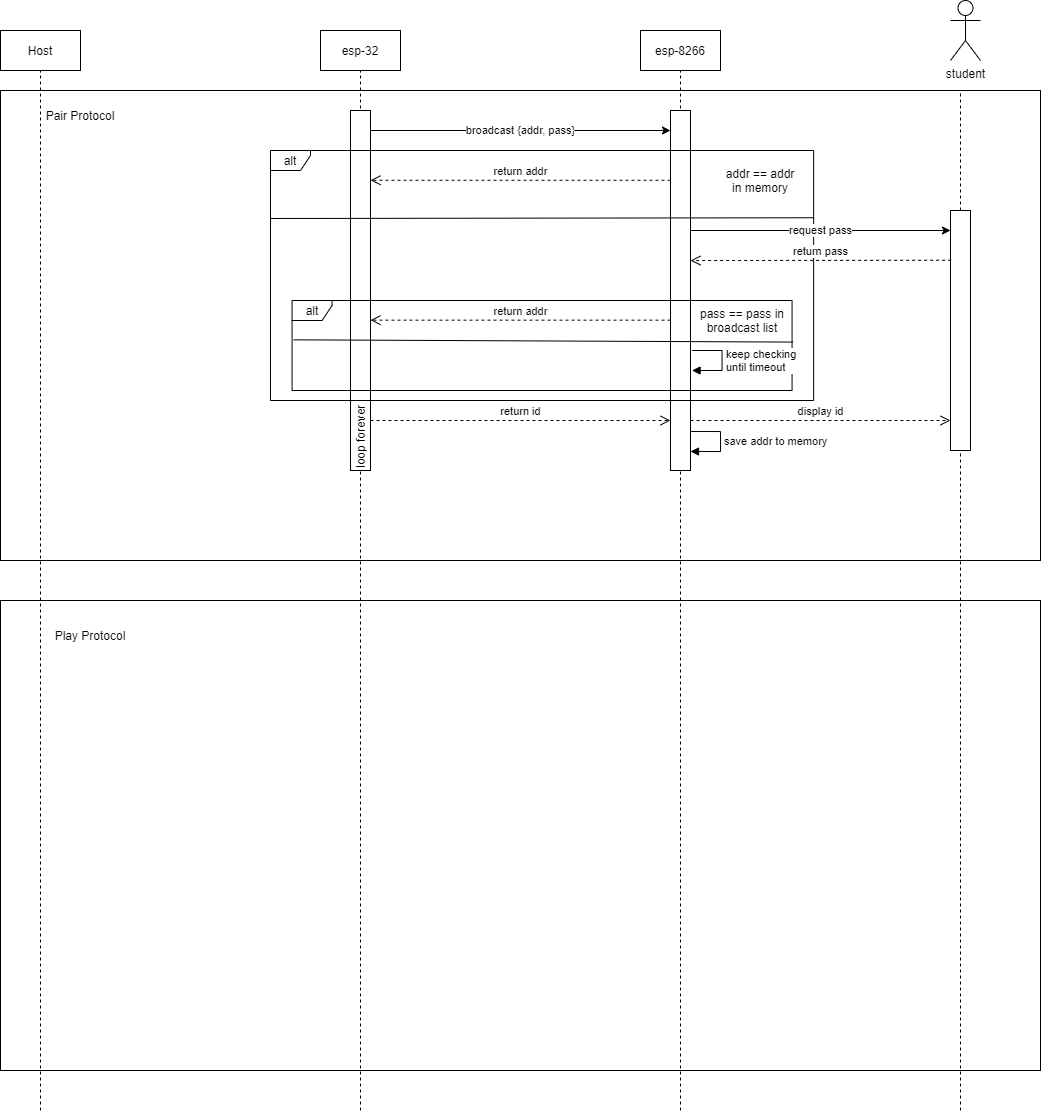
The draw.io diagram ServerClientProtocol.png in Viquiz/ServerClientProtocol, before a commit. Source tidied: cells renumbered, new cells last; positions are measured from the earlier drawing's top-left corner, leaving out a move shared by most shapes. The source it was exported from:
```xml
<mxGraphModel background="#FFFFFF">
  <root>
    <mxCell id="0" />
    <mxCell id="1" parent="0" />
    <mxCell id="2" style="rounded=0;whiteSpace=wrap;html=1;" parent="1" vertex="1">
      <mxGeometry y="600" width="1040" height="470" as="geometry" />
    </mxCell>
    <mxCell id="3" style="rounded=0;whiteSpace=wrap;html=1;" parent="1" vertex="1">
      <mxGeometry y="90" width="1040" height="470" as="geometry" />
    </mxCell>
    <mxCell id="4" value="Host" style="rounded=0;whiteSpace=wrap;html=1;" parent="1" vertex="1">
      <mxGeometry y="30" width="80" height="40" as="geometry" />
    </mxCell>
    <mxCell id="5" value="esp-32" style="rounded=0;whiteSpace=wrap;html=1;" parent="1" vertex="1">
      <mxGeometry x="320" y="30" width="80" height="40" as="geometry" />
    </mxCell>
    <mxCell id="6" style="endArrow=none;dashed=1;html=1;entryX=0.5;entryY=1;entryDx=0;entryDy=0;" parent="1" edge="1" target="4">
      <mxGeometry relative="1" as="geometry">
        <mxPoint x="40" y="1110" as="sourcePoint" />
      </mxGeometry>
    </mxCell>
    <mxCell id="7" style="endArrow=none;dashed=1;html=1;entryX=0.5;entryY=1;entryDx=0;entryDy=0;" parent="1" edge="1" target="5">
      <mxGeometry relative="1" as="geometry">
        <mxPoint x="360" y="1110" as="sourcePoint" />
      </mxGeometry>
    </mxCell>
    <mxCell id="8" value="esp-8266" style="rounded=0;whiteSpace=wrap;html=1;" parent="1" vertex="1">
      <mxGeometry x="640" y="30" width="80" height="40" as="geometry" />
    </mxCell>
    <mxCell id="9" value="loop forever" style="rounded=0;whiteSpace=wrap;html=1;horizontal=0;align=left;" parent="1" vertex="1">
      <mxGeometry x="350" y="110" width="20" height="360" as="geometry" />
    </mxCell>
    <mxCell id="10" style="endArrow=none;dashed=1;html=1;entryX=0.5;entryY=1;entryDx=0;entryDy=0;" parent="1" edge="1" target="8">
      <mxGeometry relative="1" as="geometry">
        <mxPoint x="680" y="1110" as="sourcePoint" />
      </mxGeometry>
    </mxCell>
    <mxCell id="11" value="save addr to memory" style="edgeStyle=orthogonalEdgeStyle;html=1;align=left;spacingLeft=2;endArrow=block;rounded=0;" parent="1" edge="1">
      <mxGeometry relative="1" as="geometry">
        <mxPoint x="690" y="431" as="sourcePoint" />
        <mxPoint x="690" y="451" as="targetPoint" />
        <Array as="points">
          <mxPoint x="720" y="431" />
        </Array>
      </mxGeometry>
    </mxCell>
    <mxCell id="12" value="student" style="shape=umlActor;verticalLabelPosition=bottom;verticalAlign=top;html=1;" parent="1" vertex="1">
      <mxGeometry x="950" width="30" height="60" as="geometry" />
    </mxCell>
    <mxCell id="13" style="endArrow=none;dashed=1;html=1;startArrow=none;" parent="1" edge="1" source="18">
      <mxGeometry relative="1" as="geometry">
        <mxPoint x="960" y="90" as="targetPoint" />
      </mxGeometry>
    </mxCell>
    <mxCell id="14" value="broadcast {addr, pass}" style="endArrow=classic;html=1;" parent="1" edge="1">
      <mxGeometry relative="1" as="geometry">
        <mxPoint x="370" y="130" as="sourcePoint" />
        <mxPoint x="670" y="130" as="targetPoint" />
      </mxGeometry>
    </mxCell>
    <mxCell id="15" style="rounded=0;whiteSpace=wrap;html=1;" parent="1" vertex="1">
      <mxGeometry x="670" y="110" width="20" height="360" as="geometry" />
    </mxCell>
    <mxCell id="16" value="addr == addr in memory" style="text;html=1;strokeColor=none;fillColor=none;align=center;verticalAlign=middle;whiteSpace=wrap;rounded=0;" parent="1" vertex="1">
      <mxGeometry x="720" y="170" width="80" height="20" as="geometry" />
    </mxCell>
    <mxCell id="17" value="return addr" style="html=1;verticalAlign=bottom;endArrow=open;dashed=1;endSize=8;" parent="1" edge="1">
      <mxGeometry relative="1" as="geometry">
        <mxPoint x="670" y="179.8" as="sourcePoint" />
        <mxPoint x="370" y="179.8" as="targetPoint" />
      </mxGeometry>
    </mxCell>
    <mxCell id="18" style="rounded=0;whiteSpace=wrap;html=1;" parent="1" vertex="1">
      <mxGeometry x="950" y="210" width="20" height="240" as="geometry" />
    </mxCell>
    <mxCell id="19" style="endArrow=none;dashed=1;html=1;" parent="1" edge="1" target="18">
      <mxGeometry relative="1" as="geometry">
        <mxPoint x="960" y="1110" as="sourcePoint" />
      </mxGeometry>
    </mxCell>
    <mxCell id="20" value="return id" style="html=1;verticalAlign=bottom;endArrow=open;dashed=1;endSize=8;" parent="1" edge="1">
      <mxGeometry relative="1" as="geometry">
        <mxPoint x="370" y="420" as="sourcePoint" />
        <mxPoint x="670" y="420" as="targetPoint" />
      </mxGeometry>
    </mxCell>
    <mxCell id="21" value="display id" style="html=1;verticalAlign=bottom;endArrow=open;dashed=1;endSize=8;" parent="1" edge="1">
      <mxGeometry relative="1" as="geometry">
        <mxPoint x="690" y="420" as="sourcePoint" />
        <mxPoint x="950" y="420" as="targetPoint" />
      </mxGeometry>
    </mxCell>
    <mxCell id="22" style="endArrow=none;html=1;exitX=-0.001;exitY=0.272;exitDx=0;exitDy=0;exitPerimeter=0;entryX=1.001;entryY=0.269;entryDx=0;entryDy=0;entryPerimeter=0;" parent="1" edge="1" source="23" target="23">
      <mxGeometry x="340" y="360" as="geometry" />
    </mxCell>
    <mxCell id="23" value="alt" style="shape=umlFrame;whiteSpace=wrap;html=1;width=40;height=20;" parent="1" vertex="1">
      <mxGeometry x="270" y="150" width="543.1" height="250" as="geometry" />
    </mxCell>
    <mxCell id="24" style="group;" parent="1" vertex="1">
      <mxGeometry x="291.6" y="300" width="500" height="90" as="geometry" />
    </mxCell>
    <mxCell id="25" value="alt" style="shape=umlFrame;whiteSpace=wrap;html=1;width=40;height=20;" parent="24" vertex="1">
      <mxGeometry width="500" height="90" as="geometry" />
    </mxCell>
    <mxCell id="26" style="endArrow=none;html=1;exitX=0.003;exitY=0.437;exitDx=0;exitDy=0;exitPerimeter=0;entryX=1.002;entryY=0.462;entryDx=0;entryDy=0;entryPerimeter=0;" parent="24" edge="1" source="25" target="25">
      <mxGeometry x="-11.2" y="-300" as="geometry" />
    </mxCell>
    <mxCell id="27" value="pass == pass in broadcast list" style="text;html=1;strokeColor=none;fillColor=none;align=center;verticalAlign=middle;whiteSpace=wrap;rounded=0;" parent="24" vertex="1">
      <mxGeometry x="400" y="10" width="100" height="20" as="geometry" />
    </mxCell>
    <mxCell id="28" value="keep checking&lt;br&gt;until timeout" style="edgeStyle=orthogonalEdgeStyle;html=1;align=left;spacingLeft=2;endArrow=block;rounded=0;" parent="24" edge="1">
      <mxGeometry relative="1" as="geometry">
        <mxPoint x="400" y="50" as="sourcePoint" />
        <mxPoint x="400" y="70" as="targetPoint" />
        <Array as="points">
          <mxPoint x="430" y="50" />
        </Array>
      </mxGeometry>
    </mxCell>
    <mxCell id="29" value="return addr" style="html=1;verticalAlign=bottom;endArrow=open;dashed=1;endSize=8;" parent="24" edge="1">
      <mxGeometry x="4.1" y="-170.3" as="geometry">
        <mxPoint x="378.4" y="19.7" as="sourcePoint" />
        <mxPoint x="78.4" y="19.7" as="targetPoint" />
      </mxGeometry>
    </mxCell>
    <mxCell id="30" value="request pass" style="endArrow=classic;html=1;" parent="1" edge="1">
      <mxGeometry relative="1" as="geometry">
        <mxPoint x="690" y="230" as="sourcePoint" />
        <mxPoint x="950" y="230" as="targetPoint" />
      </mxGeometry>
    </mxCell>
    <mxCell id="31" value="return pass" style="html=1;verticalAlign=bottom;endArrow=open;dashed=1;endSize=8;" parent="1" edge="1">
      <mxGeometry x="340" y="360.1" as="geometry">
        <mxPoint x="950.6" y="259.7" as="sourcePoint" />
        <mxPoint x="690" y="260.1" as="targetPoint" />
      </mxGeometry>
    </mxCell>
    <mxCell id="32" value="Pair Protocol" style="text;html=1;strokeColor=none;fillColor=none;align=center;verticalAlign=middle;whiteSpace=wrap;rounded=0;" parent="1" vertex="1">
      <mxGeometry y="90" width="160" height="50" as="geometry" />
    </mxCell>
    <mxCell id="33" value="Play Protocol" style="text;html=1;strokeColor=none;fillColor=none;align=center;verticalAlign=middle;whiteSpace=wrap;rounded=0;" parent="1" vertex="1">
      <mxGeometry x="10" y="610" width="160" height="50" as="geometry" />
    </mxCell>
  </root>
</mxGraphModel>
```
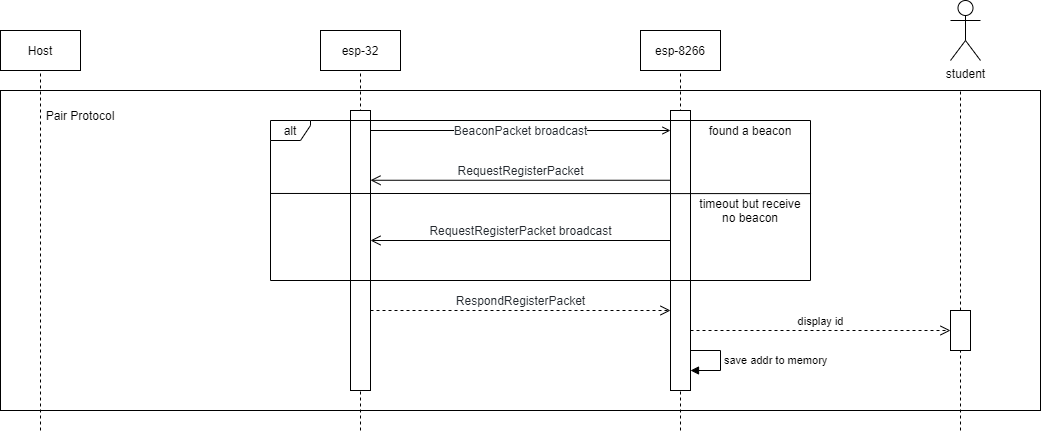
The same diagram one commit later.

Diff of the diagram source:
```diff
@@ -2,11 +2,8 @@
   <root>
     <mxCell id="0" />
     <mxCell id="1" parent="0" />
-    <mxCell id="2" style="rounded=0;whiteSpace=wrap;html=1;" parent="1" vertex="1">
-      <mxGeometry y="600" width="1040" height="470" as="geometry" />
-    </mxCell>
     <mxCell id="3" style="rounded=0;whiteSpace=wrap;html=1;" parent="1" vertex="1">
-      <mxGeometry y="90" width="1040" height="470" as="geometry" />
+      <mxGeometry y="90" width="1040" height="320" as="geometry" />
     </mxCell>
     <mxCell id="4" value="Host" style="rounded=0;whiteSpace=wrap;html=1;" parent="1" vertex="1">
       <mxGeometry y="30" width="80" height="40" as="geometry" />
@@ -16,130 +13,96 @@
     </mxCell>
     <mxCell id="6" style="endArrow=none;dashed=1;html=1;entryX=0.5;entryY=1;entryDx=0;entryDy=0;" parent="1" edge="1" target="4">
       <mxGeometry relative="1" as="geometry">
-        <mxPoint x="40" y="1110" as="sourcePoint" />
+        <mxPoint x="40" y="430" as="sourcePoint" />
       </mxGeometry>
     </mxCell>
     <mxCell id="7" style="endArrow=none;dashed=1;html=1;entryX=0.5;entryY=1;entryDx=0;entryDy=0;" parent="1" edge="1" target="5">
       <mxGeometry relative="1" as="geometry">
-        <mxPoint x="360" y="1110" as="sourcePoint" />
+        <mxPoint x="360" y="430" as="sourcePoint" />
       </mxGeometry>
     </mxCell>
     <mxCell id="8" value="esp-8266" style="rounded=0;whiteSpace=wrap;html=1;" parent="1" vertex="1">
       <mxGeometry x="640" y="30" width="80" height="40" as="geometry" />
     </mxCell>
-    <mxCell id="9" value="loop forever" style="rounded=0;whiteSpace=wrap;html=1;horizontal=0;align=left;" parent="1" vertex="1">
-      <mxGeometry x="350" y="110" width="20" height="360" as="geometry" />
+    <mxCell id="9" style="rounded=0;whiteSpace=wrap;html=1;horizontal=0;align=left;" parent="1" vertex="1">
+      <mxGeometry x="350" y="110" width="20" height="280" as="geometry" />
     </mxCell>
     <mxCell id="10" style="endArrow=none;dashed=1;html=1;entryX=0.5;entryY=1;entryDx=0;entryDy=0;" parent="1" edge="1" target="8">
       <mxGeometry relative="1" as="geometry">
-        <mxPoint x="680" y="1110" as="sourcePoint" />
+        <mxPoint x="680" y="430" as="sourcePoint" />
       </mxGeometry>
     </mxCell>
     <mxCell id="11" value="save addr to memory" style="edgeStyle=orthogonalEdgeStyle;html=1;align=left;spacingLeft=2;endArrow=block;rounded=0;" parent="1" edge="1">
       <mxGeometry relative="1" as="geometry">
-        <mxPoint x="690" y="431" as="sourcePoint" />
-        <mxPoint x="690" y="451" as="targetPoint" />
+        <mxPoint x="690" y="350" as="sourcePoint" />
+        <mxPoint x="690" y="370" as="targetPoint" />
         <Array as="points">
-          <mxPoint x="720" y="431" />
+          <mxPoint x="720" y="350" />
         </Array>
       </mxGeometry>
     </mxCell>
     <mxCell id="12" value="student" style="shape=umlActor;verticalLabelPosition=bottom;verticalAlign=top;html=1;" parent="1" vertex="1">
       <mxGeometry x="950" width="30" height="60" as="geometry" />
     </mxCell>
-    <mxCell id="13" style="endArrow=none;dashed=1;html=1;startArrow=none;" parent="1" edge="1" source="18">
+    <mxCell id="13" style="endArrow=none;dashed=1;html=1;startArrow=none;" parent="1" edge="1" source="37">
       <mxGeometry relative="1" as="geometry">
         <mxPoint x="960" y="90" as="targetPoint" />
       </mxGeometry>
     </mxCell>
-    <mxCell id="14" value="broadcast {addr, pass}" style="endArrow=classic;html=1;" parent="1" edge="1">
+    <mxCell id="14" value="&lt;span style=&quot;color: rgb(36 , 41 , 47) ; font-family: , , &amp;#34;sf mono&amp;#34; , &amp;#34;menlo&amp;#34; , &amp;#34;consolas&amp;#34; , &amp;#34;liberation mono&amp;#34; , monospace ; font-size: 12px&quot;&gt;BeaconPacket broadcast&lt;/span&gt;" style="endArrow=open;html=1;endFill=0;" parent="1" edge="1">
       <mxGeometry relative="1" as="geometry">
         <mxPoint x="370" y="130" as="sourcePoint" />
         <mxPoint x="670" y="130" as="targetPoint" />
       </mxGeometry>
     </mxCell>
     <mxCell id="15" style="rounded=0;whiteSpace=wrap;html=1;" parent="1" vertex="1">
-      <mxGeometry x="670" y="110" width="20" height="360" as="geometry" />
+      <mxGeometry x="670" y="110" width="20" height="280" as="geometry" />
     </mxCell>
-    <mxCell id="16" value="addr == addr in memory" style="text;html=1;strokeColor=none;fillColor=none;align=center;verticalAlign=middle;whiteSpace=wrap;rounded=0;" parent="1" vertex="1">
-      <mxGeometry x="720" y="170" width="80" height="20" as="geometry" />
-    </mxCell>
-    <mxCell id="17" value="return addr" style="html=1;verticalAlign=bottom;endArrow=open;dashed=1;endSize=8;" parent="1" edge="1">
+    <mxCell id="17" value="&lt;span style=&quot;color: rgb(36 , 41 , 47) ; font-family: , , &amp;#34;sf mono&amp;#34; , &amp;#34;menlo&amp;#34; , &amp;#34;consolas&amp;#34; , &amp;#34;liberation mono&amp;#34; , monospace ; font-size: 12px&quot;&gt;RequestRegisterPacket &lt;/span&gt;" style="html=1;verticalAlign=bottom;endArrow=open;endSize=8;" parent="1" edge="1">
       <mxGeometry relative="1" as="geometry">
         <mxPoint x="670" y="179.8" as="sourcePoint" />
         <mxPoint x="370" y="179.8" as="targetPoint" />
       </mxGeometry>
     </mxCell>
-    <mxCell id="18" style="rounded=0;whiteSpace=wrap;html=1;" parent="1" vertex="1">
-      <mxGeometry x="950" y="210" width="20" height="240" as="geometry" />
-    </mxCell>
-    <mxCell id="19" style="endArrow=none;dashed=1;html=1;" parent="1" edge="1" target="18">
-      <mxGeometry relative="1" as="geometry">
-        <mxPoint x="960" y="1110" as="sourcePoint" />
-      </mxGeometry>
-    </mxCell>
-    <mxCell id="20" value="return id" style="html=1;verticalAlign=bottom;endArrow=open;dashed=1;endSize=8;" parent="1" edge="1">
+    <mxCell id="20" value="&lt;span style=&quot;color: rgb(36 , 41 , 47) ; font-family: , , &amp;#34;sf mono&amp;#34; , &amp;#34;menlo&amp;#34; , &amp;#34;consolas&amp;#34; , &amp;#34;liberation mono&amp;#34; , monospace ; font-size: 12px&quot;&gt;RespondRegisterPacket &lt;/span&gt;" style="html=1;verticalAlign=bottom;endArrow=open;dashed=1;endSize=8;" parent="1" edge="1">
       <mxGeometry relative="1" as="geometry">
-        <mxPoint x="370" y="420" as="sourcePoint" />
-        <mxPoint x="670" y="420" as="targetPoint" />
+        <mxPoint x="370" y="310" as="sourcePoint" />
+        <mxPoint x="670" y="310" as="targetPoint" />
       </mxGeometry>
     </mxCell>
-    <mxCell id="21" value="display id" style="html=1;verticalAlign=bottom;endArrow=open;dashed=1;endSize=8;" parent="1" edge="1">
+    <mxCell id="21" value="display id" style="html=1;verticalAlign=bottom;endArrow=open;dashed=1;endSize=8;" parent="1" edge="1" target="37">
       <mxGeometry relative="1" as="geometry">
-        <mxPoint x="690" y="420" as="sourcePoint" />
-        <mxPoint x="950" y="420" as="targetPoint" />
+        <mxPoint x="690" y="330" as="sourcePoint" />
       </mxGeometry>
     </mxCell>
-    <mxCell id="22" style="endArrow=none;html=1;exitX=-0.001;exitY=0.272;exitDx=0;exitDy=0;exitPerimeter=0;entryX=1.001;entryY=0.269;entryDx=0;entryDy=0;entryPerimeter=0;" parent="1" edge="1" source="23" target="23">
+    <mxCell id="22" style="endArrow=none;html=1;entryX=1.001;entryY=0.457;entryDx=0;entryDy=0;entryPerimeter=0;exitX=0;exitY=0.456;exitDx=0;exitDy=0;exitPerimeter=0;" parent="1" edge="1" source="23" target="23">
       <mxGeometry x="340" y="360" as="geometry" />
     </mxCell>
+    <mxCell id="32" value="Pair Protocol" style="text;html=1;strokeColor=none;fillColor=none;align=center;verticalAlign=middle;whiteSpace=wrap;rounded=0;" parent="1" vertex="1">
+      <mxGeometry y="90" width="160" height="50" as="geometry" />
+    </mxCell>
+    <mxCell id="34" value="timeout but receive no beacon" style="text;html=1;strokeColor=none;fillColor=none;align=center;verticalAlign=middle;whiteSpace=wrap;rounded=0;" parent="1" vertex="1">
+      <mxGeometry x="690" y="200" width="120" height="20" as="geometry" />
+    </mxCell>
+    <mxCell id="35" value="found a beacon" style="text;html=1;strokeColor=none;fillColor=none;align=center;verticalAlign=middle;whiteSpace=wrap;rounded=0;" parent="1" vertex="1">
+      <mxGeometry x="690" y="120" width="120" height="20" as="geometry" />
+    </mxCell>
+    <mxCell id="36" value="&lt;span style=&quot;color: rgb(36 , 41 , 47) ; font-family: , , &amp;#34;sf mono&amp;#34; , &amp;#34;menlo&amp;#34; , &amp;#34;consolas&amp;#34; , &amp;#34;liberation mono&amp;#34; , monospace ; font-size: 12px&quot;&gt;RequestRegisterPacket broadcast&lt;/span&gt;" style="html=1;verticalAlign=bottom;endArrow=open;endSize=8;" parent="1" edge="1">
+      <mxGeometry relative="1" as="geometry">
+        <mxPoint x="670" y="240" as="sourcePoint" />
+        <mxPoint x="370" y="240" as="targetPoint" />
+      </mxGeometry>
+    </mxCell>
+    <mxCell id="37" style="rounded=0;whiteSpace=wrap;html=1;" parent="1" vertex="1">
+      <mxGeometry x="950" y="310" width="20" height="40" as="geometry" />
+    </mxCell>
+    <mxCell id="38" style="endArrow=none;dashed=1;html=1;startArrow=none;" parent="1" edge="1" target="37">
+      <mxGeometry relative="1" as="geometry">
+        <mxPoint x="960" y="430" as="sourcePoint" />
+      </mxGeometry>
+    </mxCell>
     <mxCell id="23" value="alt" style="shape=umlFrame;whiteSpace=wrap;html=1;width=40;height=20;" parent="1" vertex="1">
-      <mxGeometry x="270" y="150" width="543.1" height="250" as="geometry" />
+      <mxGeometry x="270" y="120" width="540" height="160" as="geometry" />
     </mxCell>
-    <mxCell id="24" style="group;" parent="1" vertex="1">
-      <mxGeometry x="291.6" y="300" width="500" height="90" as="geometry" />
-    </mxCell>
-    <mxCell id="25" value="alt" style="shape=umlFrame;whiteSpace=wrap;html=1;width=40;height=20;" parent="24" vertex="1">
-      <mxGeometry width="500" height="90" as="geometry" />
-    </mxCell>
-    <mxCell id="26" style="endArrow=none;html=1;exitX=0.003;exitY=0.437;exitDx=0;exitDy=0;exitPerimeter=0;entryX=1.002;entryY=0.462;entryDx=0;entryDy=0;entryPerimeter=0;" parent="24" edge="1" source="25" target="25">
-      <mxGeometry x="-11.2" y="-300" as="geometry" />
-    </mxCell>
-    <mxCell id="27" value="pass == pass in broadcast list" style="text;html=1;strokeColor=none;fillColor=none;align=center;verticalAlign=middle;whiteSpace=wrap;rounded=0;" parent="24" vertex="1">
-      <mxGeometry x="400" y="10" width="100" height="20" as="geometry" />
-    </mxCell>
-    <mxCell id="28" value="keep checking&lt;br&gt;until timeout" style="edgeStyle=orthogonalEdgeStyle;html=1;align=left;spacingLeft=2;endArrow=block;rounded=0;" parent="24" edge="1">
-      <mxGeometry relative="1" as="geometry">
-        <mxPoint x="400" y="50" as="sourcePoint" />
-        <mxPoint x="400" y="70" as="targetPoint" />
-        <Array as="points">
-          <mxPoint x="430" y="50" />
-        </Array>
-      </mxGeometry>
-    </mxCell>
-    <mxCell id="29" value="return addr" style="html=1;verticalAlign=bottom;endArrow=open;dashed=1;endSize=8;" parent="24" edge="1">
-      <mxGeometry x="4.1" y="-170.3" as="geometry">
-        <mxPoint x="378.4" y="19.7" as="sourcePoint" />
-        <mxPoint x="78.4" y="19.7" as="targetPoint" />
-      </mxGeometry>
-    </mxCell>
-    <mxCell id="30" value="request pass" style="endArrow=classic;html=1;" parent="1" edge="1">
-      <mxGeometry relative="1" as="geometry">
-        <mxPoint x="690" y="230" as="sourcePoint" />
-        <mxPoint x="950" y="230" as="targetPoint" />
-      </mxGeometry>
-    </mxCell>
-    <mxCell id="31" value="return pass" style="html=1;verticalAlign=bottom;endArrow=open;dashed=1;endSize=8;" parent="1" edge="1">
-      <mxGeometry x="340" y="360.1" as="geometry">
-        <mxPoint x="950.6" y="259.7" as="sourcePoint" />
-        <mxPoint x="690" y="260.1" as="targetPoint" />
-      </mxGeometry>
-    </mxCell>
-    <mxCell id="32" value="Pair Protocol" style="text;html=1;strokeColor=none;fillColor=none;align=center;verticalAlign=middle;whiteSpace=wrap;rounded=0;" parent="1" vertex="1">
-      <mxGeometry y="90" width="160" height="50" as="geometry" />
-    </mxCell>
-    <mxCell id="33" value="Play Protocol" style="text;html=1;strokeColor=none;fillColor=none;align=center;verticalAlign=middle;whiteSpace=wrap;rounded=0;" parent="1" vertex="1">
-      <mxGeometry x="10" y="610" width="160" height="50" as="geometry" />
-    </mxCell>
   </root>
 </mxGraphModel>
```
